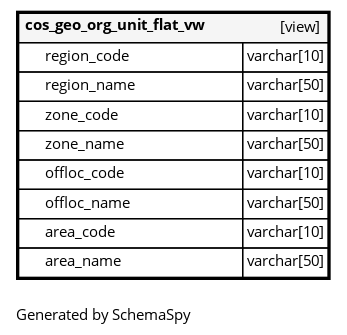
The Graphviz diagram schemaspy/public/diagrams/tables/cos_geo_org_unit_flat_vw.1degree.png in jeznorth/nr-compliance-enforcement, before a commit. Its source is kept beside it as schemaspy/public/diagrams/tables/cos_geo_org_unit_flat_vw.1degree.dot.
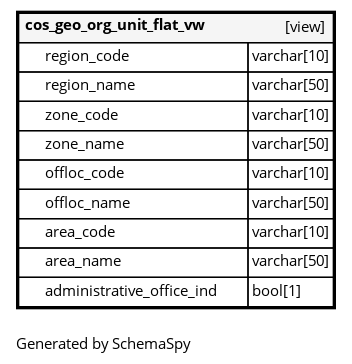
The same file after the commit.

What changed in the source:
```diff
@@ -4,14 +4,15 @@
    label=<
     <TABLE BORDER="2" CELLBORDER="1" CELLSPACING="0" BGCOLOR="#ffffff">
       <TR><TD COLSPAN="4"  BGCOLOR="#f5f5f5"><TABLE BORDER="0" CELLSPACING="0"><TR><TD ALIGN="LEFT" FIXEDSIZE="TRUE" WIDTH="147" HEIGHT="16"><B>cos_geo_org_unit_flat_vw</B></TD><TD ALIGN="RIGHT">[view]</TD></TR></TABLE></TD></TR>
-      <TR><TD PORT="region_code" COLSPAN="2" ALIGN="LEFT"><TABLE BORDER="0" CELLSPACING="0" ALIGN="LEFT"><TR ALIGN="LEFT"><TD ALIGN="LEFT" FIXEDSIZE="TRUE" WIDTH="15" HEIGHT="16"></TD><TD ALIGN="LEFT" FIXEDSIZE="TRUE" WIDTH="147" HEIGHT="16">region_code</TD></TR></TABLE></TD><TD PORT="region_code.type" ALIGN="LEFT">varchar[10]</TD></TR>
-      <TR><TD PORT="region_name" COLSPAN="2" ALIGN="LEFT"><TABLE BORDER="0" CELLSPACING="0" ALIGN="LEFT"><TR ALIGN="LEFT"><TD ALIGN="LEFT" FIXEDSIZE="TRUE" WIDTH="15" HEIGHT="16"></TD><TD ALIGN="LEFT" FIXEDSIZE="TRUE" WIDTH="147" HEIGHT="16">region_name</TD></TR></TABLE></TD><TD PORT="region_name.type" ALIGN="LEFT">varchar[50]</TD></TR>
-      <TR><TD PORT="zone_code" COLSPAN="2" ALIGN="LEFT"><TABLE BORDER="0" CELLSPACING="0" ALIGN="LEFT"><TR ALIGN="LEFT"><TD ALIGN="LEFT" FIXEDSIZE="TRUE" WIDTH="15" HEIGHT="16"></TD><TD ALIGN="LEFT" FIXEDSIZE="TRUE" WIDTH="147" HEIGHT="16">zone_code</TD></TR></TABLE></TD><TD PORT="zone_code.type" ALIGN="LEFT">varchar[10]</TD></TR>
-      <TR><TD PORT="zone_name" COLSPAN="2" ALIGN="LEFT"><TABLE BORDER="0" CELLSPACING="0" ALIGN="LEFT"><TR ALIGN="LEFT"><TD ALIGN="LEFT" FIXEDSIZE="TRUE" WIDTH="15" HEIGHT="16"></TD><TD ALIGN="LEFT" FIXEDSIZE="TRUE" WIDTH="147" HEIGHT="16">zone_name</TD></TR></TABLE></TD><TD PORT="zone_name.type" ALIGN="LEFT">varchar[50]</TD></TR>
-      <TR><TD PORT="offloc_code" COLSPAN="2" ALIGN="LEFT"><TABLE BORDER="0" CELLSPACING="0" ALIGN="LEFT"><TR ALIGN="LEFT"><TD ALIGN="LEFT" FIXEDSIZE="TRUE" WIDTH="15" HEIGHT="16"></TD><TD ALIGN="LEFT" FIXEDSIZE="TRUE" WIDTH="147" HEIGHT="16">offloc_code</TD></TR></TABLE></TD><TD PORT="offloc_code.type" ALIGN="LEFT">varchar[10]</TD></TR>
-      <TR><TD PORT="offloc_name" COLSPAN="2" ALIGN="LEFT"><TABLE BORDER="0" CELLSPACING="0" ALIGN="LEFT"><TR ALIGN="LEFT"><TD ALIGN="LEFT" FIXEDSIZE="TRUE" WIDTH="15" HEIGHT="16"></TD><TD ALIGN="LEFT" FIXEDSIZE="TRUE" WIDTH="147" HEIGHT="16">offloc_name</TD></TR></TABLE></TD><TD PORT="offloc_name.type" ALIGN="LEFT">varchar[50]</TD></TR>
-      <TR><TD PORT="area_code" COLSPAN="2" ALIGN="LEFT"><TABLE BORDER="0" CELLSPACING="0" ALIGN="LEFT"><TR ALIGN="LEFT"><TD ALIGN="LEFT" FIXEDSIZE="TRUE" WIDTH="15" HEIGHT="16"></TD><TD ALIGN="LEFT" FIXEDSIZE="TRUE" WIDTH="147" HEIGHT="16">area_code</TD></TR></TABLE></TD><TD PORT="area_code.type" ALIGN="LEFT">varchar[10]</TD></TR>
-      <TR><TD PORT="area_name" COLSPAN="2" ALIGN="LEFT"><TABLE BORDER="0" CELLSPACING="0" ALIGN="LEFT"><TR ALIGN="LEFT"><TD ALIGN="LEFT" FIXEDSIZE="TRUE" WIDTH="15" HEIGHT="16"></TD><TD ALIGN="LEFT" FIXEDSIZE="TRUE" WIDTH="147" HEIGHT="16">area_name</TD></TR></TABLE></TD><TD PORT="area_name.type" ALIGN="LEFT">varchar[50]</TD></TR>
+      <TR><TD PORT="region_code" COLSPAN="2" ALIGN="LEFT"><TABLE BORDER="0" CELLSPACING="0" ALIGN="LEFT"><TR ALIGN="LEFT"><TD ALIGN="LEFT" FIXEDSIZE="TRUE" WIDTH="15" HEIGHT="16"></TD><TD ALIGN="LEFT" FIXEDSIZE="TRUE" WIDTH="151" HEIGHT="16">region_code</TD></TR></TABLE></TD><TD PORT="region_code.type" ALIGN="LEFT">varchar[10]</TD></TR>
+      <TR><TD PORT="region_name" COLSPAN="2" ALIGN="LEFT"><TABLE BORDER="0" CELLSPACING="0" ALIGN="LEFT"><TR ALIGN="LEFT"><TD ALIGN="LEFT" FIXEDSIZE="TRUE" WIDTH="15" HEIGHT="16"></TD><TD ALIGN="LEFT" FIXEDSIZE="TRUE" WIDTH="151" HEIGHT="16">region_name</TD></TR></TABLE></TD><TD PORT="region_name.type" ALIGN="LEFT">varchar[50]</TD></TR>
+      <TR><TD PORT="zone_code" COLSPAN="2" ALIGN="LEFT"><TABLE BORDER="0" CELLSPACING="0" ALIGN="LEFT"><TR ALIGN="LEFT"><TD ALIGN="LEFT" FIXEDSIZE="TRUE" WIDTH="15" HEIGHT="16"></TD><TD ALIGN="LEFT" FIXEDSIZE="TRUE" WIDTH="151" HEIGHT="16">zone_code</TD></TR></TABLE></TD><TD PORT="zone_code.type" ALIGN="LEFT">varchar[10]</TD></TR>
+      <TR><TD PORT="zone_name" COLSPAN="2" ALIGN="LEFT"><TABLE BORDER="0" CELLSPACING="0" ALIGN="LEFT"><TR ALIGN="LEFT"><TD ALIGN="LEFT" FIXEDSIZE="TRUE" WIDTH="15" HEIGHT="16"></TD><TD ALIGN="LEFT" FIXEDSIZE="TRUE" WIDTH="151" HEIGHT="16">zone_name</TD></TR></TABLE></TD><TD PORT="zone_name.type" ALIGN="LEFT">varchar[50]</TD></TR>
+      <TR><TD PORT="offloc_code" COLSPAN="2" ALIGN="LEFT"><TABLE BORDER="0" CELLSPACING="0" ALIGN="LEFT"><TR ALIGN="LEFT"><TD ALIGN="LEFT" FIXEDSIZE="TRUE" WIDTH="15" HEIGHT="16"></TD><TD ALIGN="LEFT" FIXEDSIZE="TRUE" WIDTH="151" HEIGHT="16">offloc_code</TD></TR></TABLE></TD><TD PORT="offloc_code.type" ALIGN="LEFT">varchar[10]</TD></TR>
+      <TR><TD PORT="offloc_name" COLSPAN="2" ALIGN="LEFT"><TABLE BORDER="0" CELLSPACING="0" ALIGN="LEFT"><TR ALIGN="LEFT"><TD ALIGN="LEFT" FIXEDSIZE="TRUE" WIDTH="15" HEIGHT="16"></TD><TD ALIGN="LEFT" FIXEDSIZE="TRUE" WIDTH="151" HEIGHT="16">offloc_name</TD></TR></TABLE></TD><TD PORT="offloc_name.type" ALIGN="LEFT">varchar[50]</TD></TR>
+      <TR><TD PORT="area_code" COLSPAN="2" ALIGN="LEFT"><TABLE BORDER="0" CELLSPACING="0" ALIGN="LEFT"><TR ALIGN="LEFT"><TD ALIGN="LEFT" FIXEDSIZE="TRUE" WIDTH="15" HEIGHT="16"></TD><TD ALIGN="LEFT" FIXEDSIZE="TRUE" WIDTH="151" HEIGHT="16">area_code</TD></TR></TABLE></TD><TD PORT="area_code.type" ALIGN="LEFT">varchar[10]</TD></TR>
+      <TR><TD PORT="area_name" COLSPAN="2" ALIGN="LEFT"><TABLE BORDER="0" CELLSPACING="0" ALIGN="LEFT"><TR ALIGN="LEFT"><TD ALIGN="LEFT" FIXEDSIZE="TRUE" WIDTH="15" HEIGHT="16"></TD><TD ALIGN="LEFT" FIXEDSIZE="TRUE" WIDTH="151" HEIGHT="16">area_name</TD></TR></TABLE></TD><TD PORT="area_name.type" ALIGN="LEFT">varchar[50]</TD></TR>
+      <TR><TD PORT="administrative_office_ind" COLSPAN="2" ALIGN="LEFT"><TABLE BORDER="0" CELLSPACING="0" ALIGN="LEFT"><TR ALIGN="LEFT"><TD ALIGN="LEFT" FIXEDSIZE="TRUE" WIDTH="15" HEIGHT="16"></TD><TD ALIGN="LEFT" FIXEDSIZE="TRUE" WIDTH="151" HEIGHT="16">administrative_office_ind</TD></TR></TABLE></TD><TD PORT="administrative_office_ind.type" ALIGN="LEFT">bool[1]</TD></TR>
     </TABLE>>
     URL="cos_geo_org_unit_flat_vw.html"
     target="_top"
```
